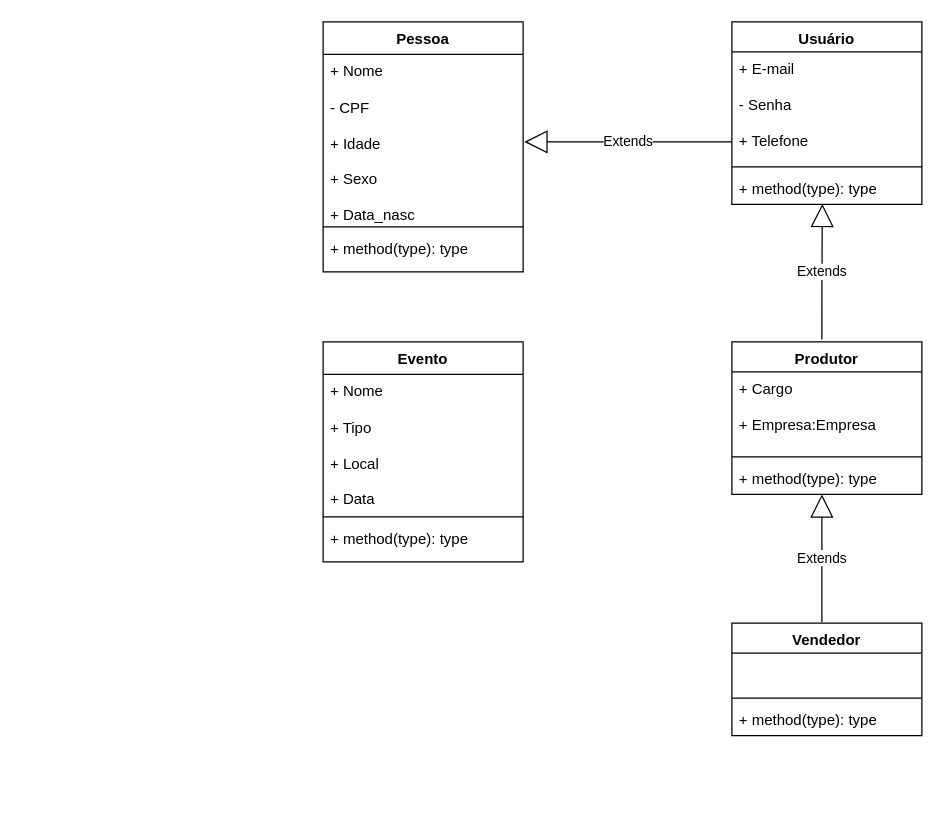
Before: modelagem.drawio in LucasVolp/gestart_cultura, a draw.io diagram. Source tidied: cells renumbered, new cells numbered last; positions are measured from the earlier drawing's top-left corner, leaving out a move shared by most shapes. Both pictures are drawn from the tidied source at 125%, with x=0, y=0 at pixel (322, 21).
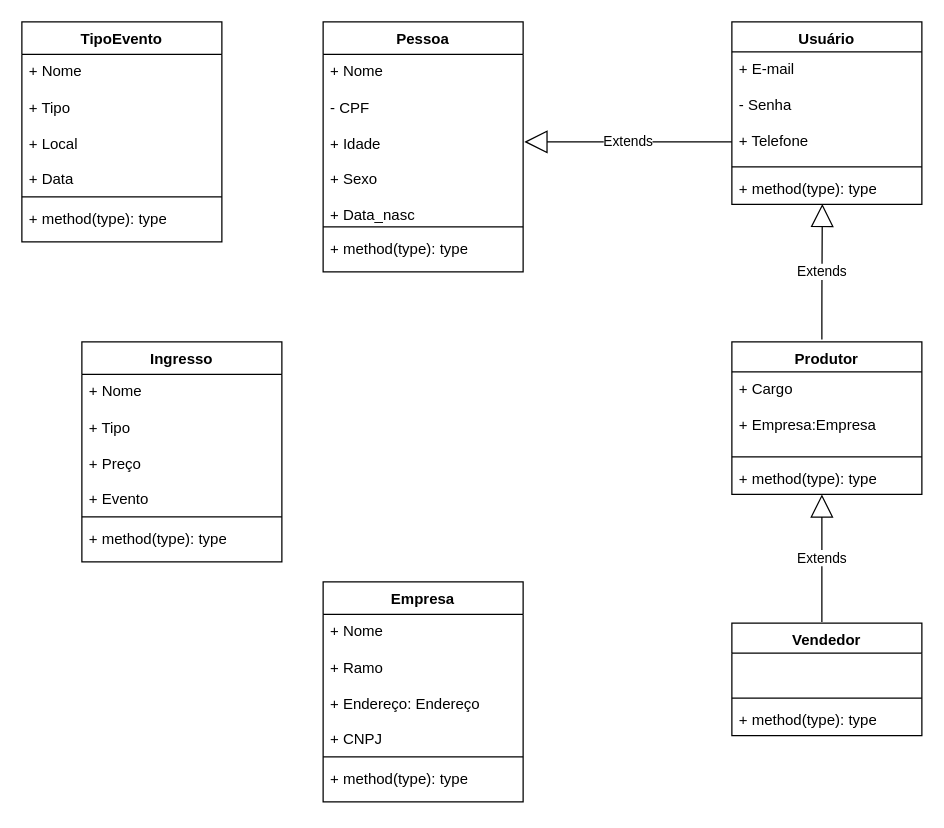
After the change.

The edit, as a diff of the source:
```diff
@@
-    <mxCell id="21" value="Evento" style="swimlane;fontStyle=1;align=center;verticalAlign=top;horizontal=1;startSize=26;whiteSpace=wrap;html=1;" parent="1" vertex="1">
-      <mxGeometry y="256" width="160" height="176" as="geometry" />
+    <mxCell id="21" value="TipoEvento" style="swimlane;fontStyle=1;align=center;verticalAlign=top;horizontal=1;startSize=26;whiteSpace=wrap;html=1;" parent="1" vertex="1">
+      <mxGeometry x="-241" width="160" height="176" as="geometry" />
     </mxCell>
@@
+    <mxCell id="25" value="Ingresso" style="swimlane;fontStyle=1;align=center;verticalAlign=top;horizontal=1;startSize=26;whiteSpace=wrap;html=1;" parent="1" vertex="1">
+      <mxGeometry x="-193" y="256" width="160" height="176" as="geometry" />
+    </mxCell>
+    <mxCell id="26" value="&lt;div&gt;+ Nome&lt;/div&gt;&lt;div&gt;&lt;br&gt;&lt;/div&gt;&lt;div&gt;+ Tipo&lt;/div&gt;&lt;div&gt;&lt;br&gt;&lt;/div&gt;&lt;div&gt;+ Preço&amp;nbsp;&lt;/div&gt;&lt;div&gt;&lt;br&gt;&lt;/div&gt;&lt;div&gt;+ Evento&lt;/div&gt;&lt;div&gt;&lt;br&gt;&lt;/div&gt;&lt;div&gt;&lt;br&gt;&lt;/div&gt;&lt;div&gt;&lt;br&gt;&lt;/div&gt;&lt;div&gt;&lt;br&gt;&lt;/div&gt;&lt;div&gt;&lt;br&gt;&lt;/div&gt;" style="text;strokeColor=none;fillColor=none;align=left;verticalAlign=top;spacingLeft=4;spacingRight=4;overflow=hidden;whiteSpace=wrap;html=1;" parent="25" vertex="1">
+      <mxGeometry y="26" width="160" height="110" as="geometry" />
+    </mxCell>
+    <mxCell id="27" style="line;strokeWidth=1;fillColor=none;align=left;verticalAlign=middle;spacingTop=-1;spacingLeft=3;spacingRight=3;labelPosition=right;strokeColor=inherit;" parent="25" vertex="1">
+      <mxGeometry y="136" width="160" height="8" as="geometry" />
+    </mxCell>
+    <mxCell id="28" value="+ method(type): type" style="text;strokeColor=none;fillColor=none;align=left;verticalAlign=top;spacingLeft=4;spacingRight=4;overflow=hidden;whiteSpace=wrap;html=1;" parent="25" vertex="1">
+      <mxGeometry y="144" width="160" height="32" as="geometry" />
+    </mxCell>
+    <mxCell id="29" value="Empresa" style="swimlane;fontStyle=1;align=center;verticalAlign=top;horizontal=1;startSize=26;whiteSpace=wrap;html=1;" parent="1" vertex="1">
+      <mxGeometry y="448" width="160" height="176" as="geometry" />
+    </mxCell>
+    <mxCell id="30" value="&lt;div&gt;+ Nome&lt;/div&gt;&lt;div&gt;&lt;br&gt;&lt;/div&gt;&lt;div&gt;+ Ramo&lt;/div&gt;&lt;div&gt;&lt;br&gt;&lt;/div&gt;&lt;div&gt;+ Endereço: Endereço&lt;/div&gt;&lt;div&gt;&lt;br&gt;&lt;/div&gt;&lt;div&gt;+ CNPJ&lt;/div&gt;&lt;div&gt;&lt;br&gt;&lt;/div&gt;&lt;div&gt;&lt;br&gt;&lt;/div&gt;&lt;div&gt;&lt;br&gt;&lt;/div&gt;&lt;div&gt;&lt;br&gt;&lt;/div&gt;&lt;div&gt;&lt;br&gt;&lt;/div&gt;" style="text;strokeColor=none;fillColor=none;align=left;verticalAlign=top;spacingLeft=4;spacingRight=4;overflow=hidden;whiteSpace=wrap;html=1;" parent="29" vertex="1">
+      <mxGeometry y="26" width="160" height="110" as="geometry" />
+    </mxCell>
+    <mxCell id="31" style="line;strokeWidth=1;fillColor=none;align=left;verticalAlign=middle;spacingTop=-1;spacingLeft=3;spacingRight=3;labelPosition=right;strokeColor=inherit;" parent="29" vertex="1">
+      <mxGeometry y="136" width="160" height="8" as="geometry" />
+    </mxCell>
+    <mxCell id="32" value="+ method(type): type" style="text;strokeColor=none;fillColor=none;align=left;verticalAlign=top;spacingLeft=4;spacingRight=4;overflow=hidden;whiteSpace=wrap;html=1;" parent="29" vertex="1">
+      <mxGeometry y="144" width="160" height="32" as="geometry" />
+    </mxCell>
```
